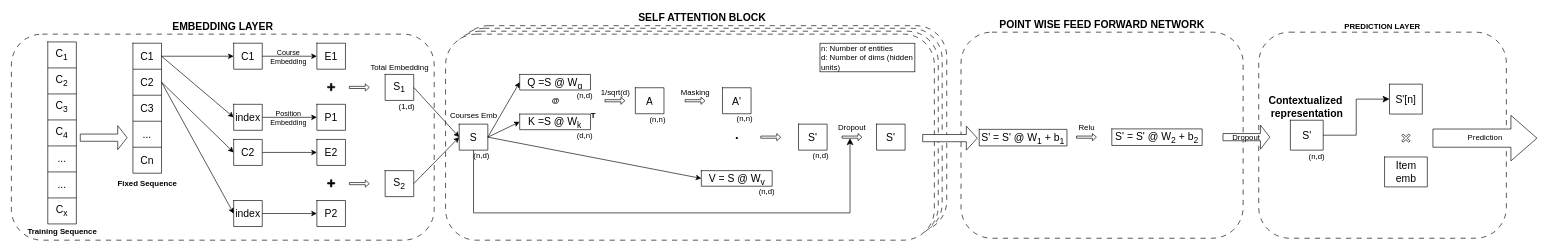
This is stream_process/SASRec.drawio from ippapi/BIG_MOOC, a draw.io file, before an edit. Source tidied: cells renumbered, new cells numbered last; positions are measured from the earlier drawing's top-left corner, leaving out a move shared by most shapes. Both pictures are drawn from the tidied source at 65%, with x=0, y=0 at pixel (11, 18).
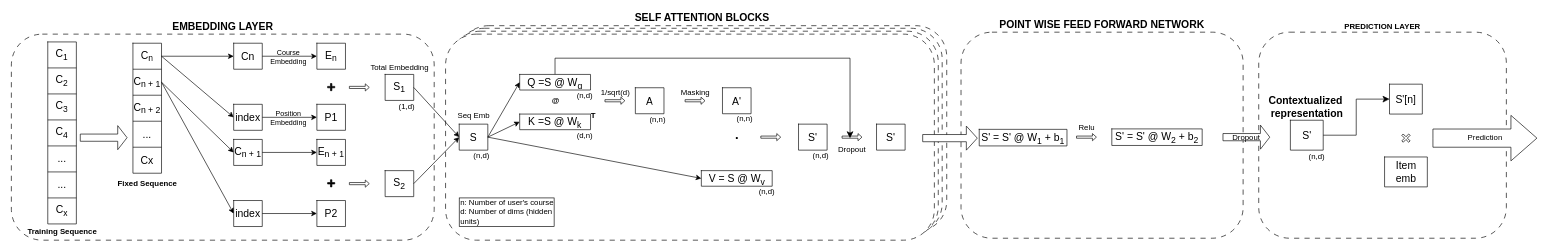
After the change.

The change refers to these unchanged cells:
```xml
<mxCell id="10" style="shape=tableRow;horizontal=0;startSize=0;swimlaneHead=0;swimlaneBody=0;strokeColor=inherit;top=0;left=0;bottom=0;right=0;fillColor=none;points=[[0,0.5],[1,0.5]];portConstraint=eastwest;fontSize=16;" parent="9" vertex="1">
  <mxGeometry width="44" height="40" as="geometry" />
</mxCell>
<mxCell id="12" style="shape=tableRow;horizontal=0;startSize=0;swimlaneHead=0;swimlaneBody=0;strokeColor=inherit;top=0;left=0;bottom=0;right=0;fillColor=none;points=[[0,0.5],[1,0.5]];portConstraint=eastwest;fontSize=16;" parent="9" vertex="1">
  <mxGeometry y="40" width="44" height="40" as="geometry" />
</mxCell>
<mxCell id="14" style="shape=tableRow;horizontal=0;startSize=0;swimlaneHead=0;swimlaneBody=0;strokeColor=inherit;top=0;left=0;bottom=0;right=0;fillColor=none;fontSize=16;" parent="9" vertex="1">
  <mxGeometry y="80" width="44" height="40" as="geometry" />
</mxCell>
<mxCell id="18" style="shape=tableRow;horizontal=0;startSize=0;swimlaneHead=0;swimlaneBody=0;strokeColor=inherit;top=0;left=0;bottom=0;right=0;fillColor=none;fontSize=16;" parent="9" vertex="1">
  <mxGeometry y="160" width="44" height="40" as="geometry" />
</mxCell>
<mxCell id="22" style="shape=tableRow;horizontal=0;startSize=0;swimlaneHead=0;swimlaneBody=0;strokeColor=inherit;top=0;left=0;bottom=0;right=0;fillColor=none;points=[[0,0.5],[1,0.5]];portConstraint=eastwest;fontSize=16;" parent="21" vertex="1">
  <mxGeometry width="44" height="40" as="geometry" />
</mxCell>
<mxCell id="29" style="shape=tableRow;horizontal=0;startSize=0;swimlaneHead=0;swimlaneBody=0;strokeColor=inherit;top=0;left=0;bottom=0;right=0;fillColor=none;points=[[0,0.5],[1,0.5]];portConstraint=eastwest;fontSize=16;" parent="28" vertex="1">
  <mxGeometry width="44" height="40" as="geometry" />
</mxCell>
<mxCell id="39" style="shape=table;startSize=0;childLayout=tableLayout;fontSize=16;" parent="1" vertex="1">
  <mxGeometry x="689" y="163.5" width="44" height="40" as="geometry" />
</mxCell>
<mxCell id="44" style="shape=tableRow;horizontal=0;startSize=0;swimlaneHead=0;swimlaneBody=0;strokeColor=inherit;top=0;left=0;bottom=0;right=0;fillColor=none;points=[[0,0.5],[1,0.5]];portConstraint=eastwest;fontSize=16;" parent="43" vertex="1">
  <mxGeometry width="109" height="24" as="geometry" />
</mxCell>
<mxCell id="70" style="shape=tableRow;horizontal=0;startSize=0;swimlaneHead=0;swimlaneBody=0;strokeColor=inherit;top=0;left=0;bottom=0;right=0;fillColor=none;points=[[0,0.5],[1,0.5]];portConstraint=eastwest;fontSize=16;" parent="69" vertex="1">
  <mxGeometry width="44" height="40" as="geometry" />
</mxCell>
<mxCell id="76" style="shape=tableRow;horizontal=0;startSize=0;swimlaneHead=0;swimlaneBody=0;strokeColor=inherit;top=0;left=0;bottom=0;right=0;fillColor=none;points=[[0,0.5],[1,0.5]];portConstraint=eastwest;fontSize=16;" parent="75" vertex="1">
  <mxGeometry width="44" height="40" as="geometry" />
</mxCell>
```

What changed in the source:
```diff
@@
-    <mxCell id="3" value="&lt;b&gt;&lt;font style=&quot;font-size: 16px;&quot;&gt;SELF ATTENTION BLOCK&lt;/font&gt;&lt;/b&gt;" style="rounded=1;whiteSpace=wrap;html=1;dashed=1;dashPattern=8 8;labelPosition=center;verticalLabelPosition=top;align=center;verticalAlign=bottom;" parent="1" vertex="1">
+    <mxCell id="3" value="&lt;b&gt;&lt;font style=&quot;font-size: 16px;&quot;&gt;SELF ATTENTION BLOCKS&lt;/font&gt;&lt;/b&gt;" style="rounded=1;whiteSpace=wrap;html=1;dashed=1;dashPattern=8 8;labelPosition=center;verticalLabelPosition=top;align=center;verticalAlign=bottom;" parent="1" vertex="1">
       <mxGeometry x="687" y="12" width="752" height="317" as="geometry" />
     </mxCell>
@@
-    <mxCell id="11" value="C1" style="shape=partialRectangle;html=1;whiteSpace=wrap;strokeColor=inherit;overflow=hidden;fillColor=none;top=0;left=0;bottom=0;right=0;fontSize=16;" parent="10" vertex="1">
+    <mxCell id="11" value="C&lt;sub&gt;n&lt;/sub&gt;" style="shape=partialRectangle;html=1;whiteSpace=wrap;strokeColor=inherit;overflow=hidden;fillColor=none;top=0;left=0;bottom=0;right=0;fontSize=16;" parent="10" vertex="1">
       <mxGeometry width="44" height="40" as="geometry" />
     </mxCell>
@@
-    <mxCell id="13" value="C2" style="shape=partialRectangle;html=1;whiteSpace=wrap;strokeColor=inherit;overflow=hidden;fillColor=none;top=0;left=0;bottom=0;right=0;fontSize=16;" parent="12" vertex="1">
+    <mxCell id="13" value="C&lt;sub&gt;n + 1&lt;/sub&gt;" style="shape=partialRectangle;html=1;whiteSpace=wrap;strokeColor=inherit;overflow=hidden;fillColor=none;top=0;left=0;bottom=0;right=0;fontSize=16;" parent="12" vertex="1">
       <mxGeometry width="44" height="40" as="geometry" />
     </mxCell>
@@
-    <mxCell id="15" value="C3" style="shape=partialRectangle;html=1;whiteSpace=wrap;strokeColor=inherit;overflow=hidden;fillColor=none;top=0;left=0;bottom=0;right=0;fontSize=16;" parent="14" vertex="1">
+    <mxCell id="15" value="C&lt;sub&gt;n + 2&lt;/sub&gt;" style="shape=partialRectangle;html=1;whiteSpace=wrap;strokeColor=inherit;overflow=hidden;fillColor=none;top=0;left=0;bottom=0;right=0;fontSize=16;" parent="14" vertex="1">
       <mxGeometry width="44" height="40" as="geometry" />
     </mxCell>
@@
-    <mxCell id="19" value="Cn" style="shape=partialRectangle;html=1;whiteSpace=wrap;strokeColor=inherit;overflow=hidden;fillColor=none;top=0;left=0;bottom=0;right=0;fontSize=16;" parent="18" vertex="1">
+    <mxCell id="19" value="Cx" style="shape=partialRectangle;html=1;whiteSpace=wrap;strokeColor=inherit;overflow=hidden;fillColor=none;top=0;left=0;bottom=0;right=0;fontSize=16;" parent="18" vertex="1">
       <mxGeometry width="44" height="40" as="geometry" />
     </mxCell>
@@
-    <mxCell id="23" value="C1" style="shape=partialRectangle;html=1;whiteSpace=wrap;strokeColor=inherit;overflow=hidden;fillColor=none;top=0;left=0;bottom=0;right=0;fontSize=16;" parent="22" vertex="1">
+    <mxCell id="23" value="Cn" style="shape=partialRectangle;html=1;whiteSpace=wrap;strokeColor=inherit;overflow=hidden;fillColor=none;top=0;left=0;bottom=0;right=0;fontSize=16;" parent="22" vertex="1">
       <mxGeometry width="44" height="40" as="geometry" />
     </mxCell>
@@
-    <mxCell id="30" value="E1" style="shape=partialRectangle;html=1;whiteSpace=wrap;strokeColor=inherit;overflow=hidden;fillColor=none;top=0;left=0;bottom=0;right=0;fontSize=16;" parent="29" vertex="1">
+    <mxCell id="30" value="E&lt;sub&gt;n&lt;/sub&gt;" style="shape=partialRectangle;html=1;whiteSpace=wrap;strokeColor=inherit;overflow=hidden;fillColor=none;top=0;left=0;bottom=0;right=0;fontSize=16;" parent="29" vertex="1">
       <mxGeometry width="44" height="40" as="geometry" />
     </mxCell>
@@
-    <mxCell id="68" value="Courses Emb" style="text;html=1;align=center;verticalAlign=middle;strokeColor=none;fillColor=none;" parent="1" vertex="1">
-      <mxGeometry x="665.5" y="137.5" width="91" height="26" as="geometry" />
+    <mxCell id="68" value="Seq Emb" style="text;html=1;align=center;verticalAlign=middle;strokeColor=none;fillColor=none;" parent="1" vertex="1">
+      <mxGeometry x="677.5" y="137.5" width="67" height="26" as="geometry" />
     </mxCell>
@@
-    <mxCell id="71" value="C2" style="shape=partialRectangle;html=1;whiteSpace=wrap;strokeColor=inherit;overflow=hidden;fillColor=none;top=0;left=0;bottom=0;right=0;fontSize=16;" parent="70" vertex="1">
+    <mxCell id="71" value="C&lt;sub&gt;n + 1&lt;/sub&gt;" style="shape=partialRectangle;html=1;whiteSpace=wrap;strokeColor=inherit;overflow=hidden;fillColor=none;top=0;left=0;bottom=0;right=0;fontSize=16;" parent="70" vertex="1">
       <mxGeometry width="44" height="40" as="geometry" />
     </mxCell>
@@
-    <mxCell id="77" value="E2" style="shape=partialRectangle;html=1;whiteSpace=wrap;strokeColor=inherit;overflow=hidden;fillColor=none;top=0;left=0;bottom=0;right=0;fontSize=16;" parent="76" vertex="1">
+    <mxCell id="77" value="E&lt;sub&gt;n + 1&lt;/sub&gt;" style="shape=partialRectangle;html=1;whiteSpace=wrap;strokeColor=inherit;overflow=hidden;fillColor=none;top=0;left=0;bottom=0;right=0;fontSize=16;" parent="76" vertex="1">
       <mxGeometry width="44" height="40" as="geometry" />
     </mxCell>
@@
-    <mxCell id="103" value="Dropout" style="shape=singleArrow;whiteSpace=wrap;html=1;labelPosition=center;verticalLabelPosition=top;align=center;verticalAlign=bottom;" parent="1" vertex="1">
+    <mxCell id="103" value="Dropout" style="shape=singleArrow;whiteSpace=wrap;html=1;labelPosition=center;verticalLabelPosition=bottom;align=center;verticalAlign=top;" parent="1" vertex="1">
       <mxGeometry x="1278" y="178" width="30.6" height="11" as="geometry" />
     </mxCell>
-    <mxCell id="104" style="edgeStyle=elbowEdgeStyle;elbow=vertical;endArrow=classic;html=1;curved=0;rounded=0;endSize=8;startSize=8;exitX=0.5;exitY=1;exitDx=0;exitDy=0;entryX=0;entryY=0;entryDx=12.223999999999998;entryDy=7.15;entryPerimeter=0;" parent="1" edge="1" source="39" target="103">
+    <mxCell id="104" style="edgeStyle=elbowEdgeStyle;elbow=vertical;endArrow=classic;html=1;curved=0;rounded=0;endSize=8;startSize=8;exitX=0.499;exitY=-0.015;exitDx=0;exitDy=0;entryX=0;entryY=0;entryDx=12.223999999999998;entryDy=7.15;entryPerimeter=0;exitPerimeter=0;" parent="1" edge="1" source="44" target="103">
       <mxGeometry relative="1" as="geometry">
         <Array as="points">
-          <mxPoint x="1000" y="300" />
+          <mxPoint x="1037" y="62" />
         </Array>
       </mxGeometry>
     </mxCell>
@@
-    <mxCell id="114" value="&lt;div align=&quot;left&quot;&gt;n: Number of entities&lt;/div&gt;&lt;div align=&quot;left&quot;&gt;d: Number of dims (hidden units)&lt;/div&gt;" style="rounded=0;whiteSpace=wrap;html=1;align=left;" parent="1" vertex="1">
-      <mxGeometry x="1244" y="39" width="146" height="44" as="geometry" />
+    <mxCell id="114" value="&lt;div align=&quot;left&quot;&gt;n: Number of user's course&lt;/div&gt;&lt;div align=&quot;left&quot;&gt;d: Number of dims (hidden units)&lt;/div&gt;" style="rounded=0;whiteSpace=wrap;html=1;align=left;" parent="1" vertex="1">
+      <mxGeometry x="689" y="277" width="146" height="44" as="geometry" />
     </mxCell>
```
